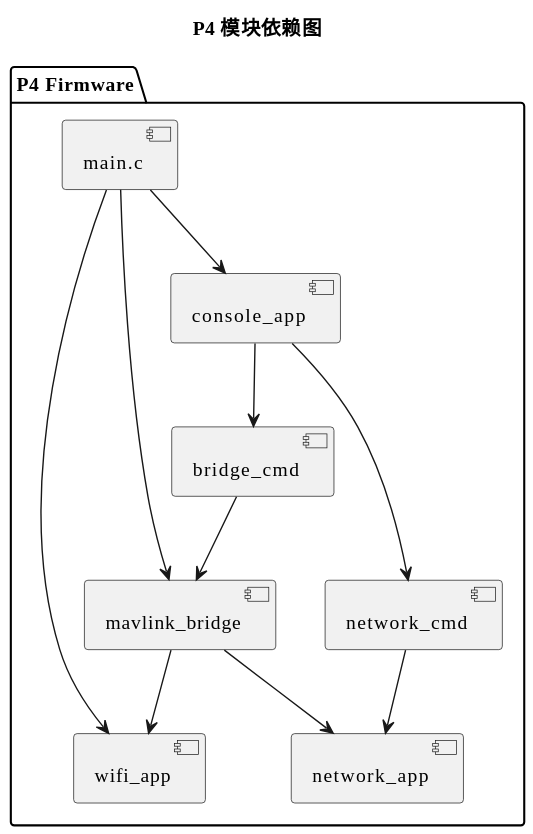
The PlantUML diagram docs/diagrams/rendered/p4-module-dependency.svg in B0weny-qwq/SunrayNext-FlyControl-Helper, before a commit.
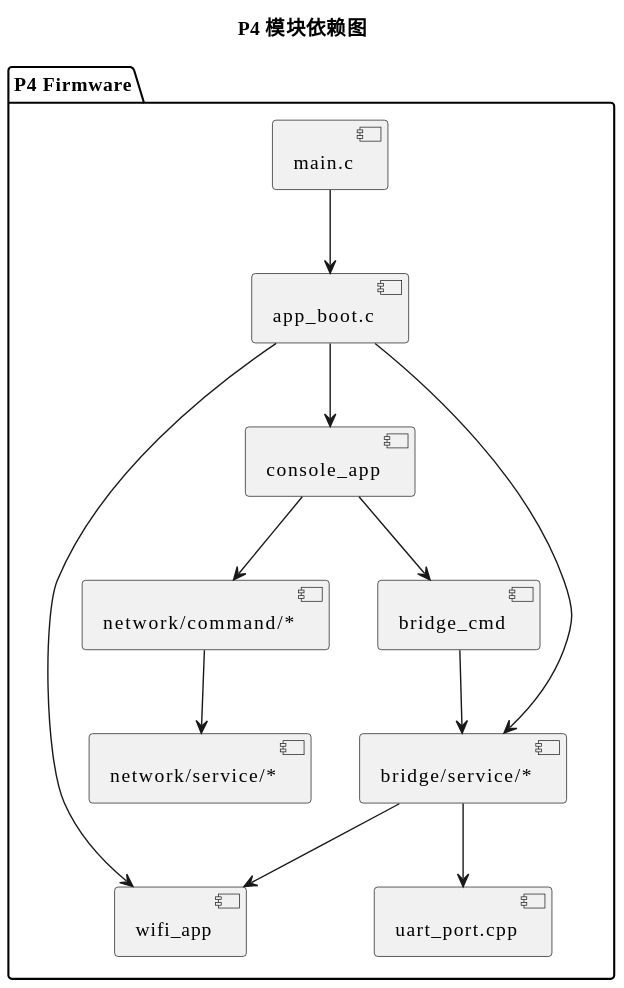
Later version of the same file.

Diff of the diagram source:
```diff
@@ -4,21 +4,24 @@
 
 package "P4 Firmware" {
   [main.c] as Main
+  [app_boot.c] as Boot
   [wifi_app] as Wifi
   [console_app] as Console
-  [network_cmd] as NetCmd
+  [network/command/*] as NetCmd
   [bridge_cmd] as BridgeCmd
-  [network_app] as NetApp
-  [mavlink_bridge] as Bridge
+  [network/service/*] as NetApp
+  [bridge/service/*] as Bridge
+  [uart_port.cpp] as Uart
 }
 
-Main --> Wifi
-Main --> Bridge
-Main --> Console
+Main --> Boot
+Boot --> Wifi
+Boot --> Bridge
+Boot --> Console
 Console --> NetCmd
 Console --> BridgeCmd
 NetCmd --> NetApp
 BridgeCmd --> Bridge
 Bridge --> Wifi
-Bridge --> NetApp
+Bridge --> Uart
 @enduml
```
